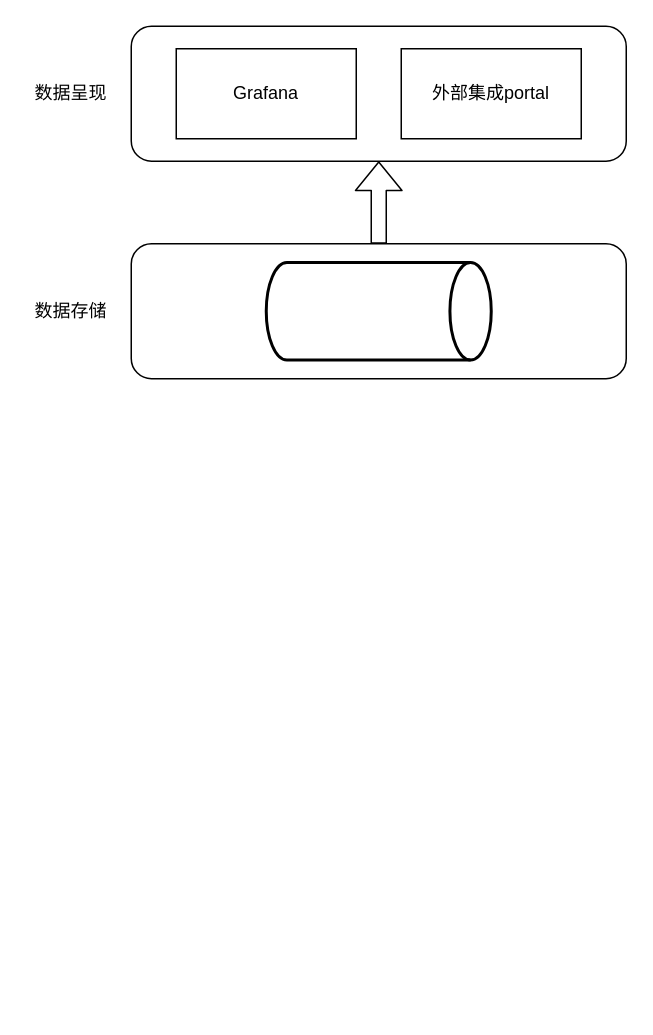
1195023249/Diagnositc keeps this draw.io diagram as ii.drawio. Above is the earlier version. Source tidied: cells renumbered, new cells numbered last; positions are measured from the earlier drawing's top-left corner, leaving out a move shared by most shapes. Both pictures are drawn from the tidied source at 150%, with x=0, y=0 at pixel (26, 26).
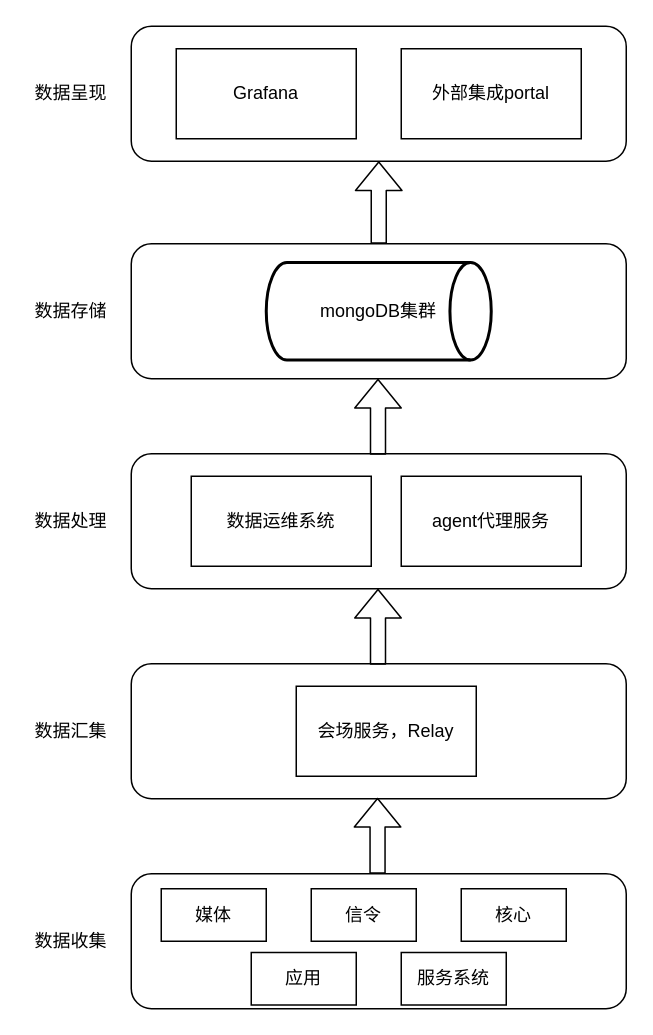
Above is the later version.

Change to the diagram source:
```diff
@@
-    <mxCell id="9" style="strokeWidth=2;html=1;shape=mxgraph.flowchart.direct_data;whiteSpace=wrap;" parent="1" vertex="1">
+    <mxCell id="9" value="mongoDB集群" style="strokeWidth=2;html=1;shape=mxgraph.flowchart.direct_data;whiteSpace=wrap;" parent="1" vertex="1">
       <mxGeometry x="160" y="157.5" width="150" height="65" as="geometry" />
     </mxCell>
+    <mxCell id="10" style="rounded=1;whiteSpace=wrap;html=1;" parent="1" vertex="1">
+      <mxGeometry x="70" y="285" width="330" height="90" as="geometry" />
+    </mxCell>
+    <mxCell id="11" value="数据处理" style="text;html=1;strokeColor=none;fillColor=none;align=center;verticalAlign=middle;whiteSpace=wrap;rounded=0;" parent="1" vertex="1">
+      <mxGeometry x="5" y="322.5" width="50" height="15" as="geometry" />
+    </mxCell>
+    <mxCell id="12" value="数据运维系统" style="rounded=0;whiteSpace=wrap;html=1;" parent="1" vertex="1">
+      <mxGeometry x="110" y="300" width="120" height="60" as="geometry" />
+    </mxCell>
+    <mxCell id="13" value="agent代理服务" style="rounded=0;whiteSpace=wrap;html=1;" parent="1" vertex="1">
+      <mxGeometry x="250" y="300" width="120" height="60" as="geometry" />
+    </mxCell>
+    <mxCell id="14" style="rounded=1;whiteSpace=wrap;html=1;" parent="1" vertex="1">
+      <mxGeometry x="70" y="425" width="330" height="90" as="geometry" />
+    </mxCell>
+    <mxCell id="15" style="shape=flexArrow;endArrow=classic;html=1;" parent="1" edge="1">
+      <mxGeometry relative="1" as="geometry">
+        <mxPoint x="234.5" y="285.7" as="sourcePoint" />
+        <mxPoint x="234.5" y="235" as="targetPoint" />
+        <Array as="points">
+          <mxPoint x="234.5" y="285.7" />
+        </Array>
+      </mxGeometry>
+    </mxCell>
+    <mxCell id="16" value="会场服务，Relay" style="rounded=0;whiteSpace=wrap;html=1;" parent="1" vertex="1">
+      <mxGeometry x="180" y="440" width="120" height="60" as="geometry" />
+    </mxCell>
+    <mxCell id="17" value="数据汇集" style="text;html=1;strokeColor=none;fillColor=none;align=center;verticalAlign=middle;whiteSpace=wrap;rounded=0;" parent="1" vertex="1">
+      <mxGeometry x="5" y="462.5" width="50" height="15" as="geometry" />
+    </mxCell>
+    <mxCell id="18" style="shape=flexArrow;endArrow=classic;html=1;" parent="1" edge="1">
+      <mxGeometry relative="1" as="geometry">
+        <mxPoint x="234.5" y="425.7" as="sourcePoint" />
+        <mxPoint x="234.5" y="375" as="targetPoint" />
+      </mxGeometry>
+    </mxCell>
+    <mxCell id="19" style="rounded=1;whiteSpace=wrap;html=1;" parent="1" vertex="1">
+      <mxGeometry x="70" y="565" width="330" height="90" as="geometry" />
+    </mxCell>
+    <mxCell id="20" value="媒体" style="rounded=0;whiteSpace=wrap;html=1;" parent="1" vertex="1">
+      <mxGeometry x="90" y="575" width="70" height="35" as="geometry" />
+    </mxCell>
+    <mxCell id="21" value="数据收集" style="text;html=1;strokeColor=none;fillColor=none;align=center;verticalAlign=middle;whiteSpace=wrap;rounded=0;" parent="1" vertex="1">
+      <mxGeometry x="5" y="602.5" width="50" height="15" as="geometry" />
+    </mxCell>
+    <mxCell id="22" value="信令" style="rounded=0;whiteSpace=wrap;html=1;" parent="1" vertex="1">
+      <mxGeometry x="190" y="575" width="70" height="35" as="geometry" />
+    </mxCell>
+    <mxCell id="23" value="核心" style="rounded=0;whiteSpace=wrap;html=1;" parent="1" vertex="1">
+      <mxGeometry x="290" y="575" width="70" height="35" as="geometry" />
+    </mxCell>
+    <mxCell id="24" value="应用" style="rounded=0;whiteSpace=wrap;html=1;" parent="1" vertex="1">
+      <mxGeometry x="150" y="617.5" width="70" height="35" as="geometry" />
+    </mxCell>
+    <mxCell id="25" value="服务系统" style="rounded=0;whiteSpace=wrap;html=1;" parent="1" vertex="1">
+      <mxGeometry x="250" y="617.5" width="70" height="35" as="geometry" />
+    </mxCell>
+    <mxCell id="26" style="shape=flexArrow;endArrow=classic;html=1;" parent="1" edge="1">
+      <mxGeometry relative="1" as="geometry">
+        <mxPoint x="234.2" y="565" as="sourcePoint" />
+        <mxPoint x="234.2" y="514.3" as="targetPoint" />
+      </mxGeometry>
+    </mxCell>
```
